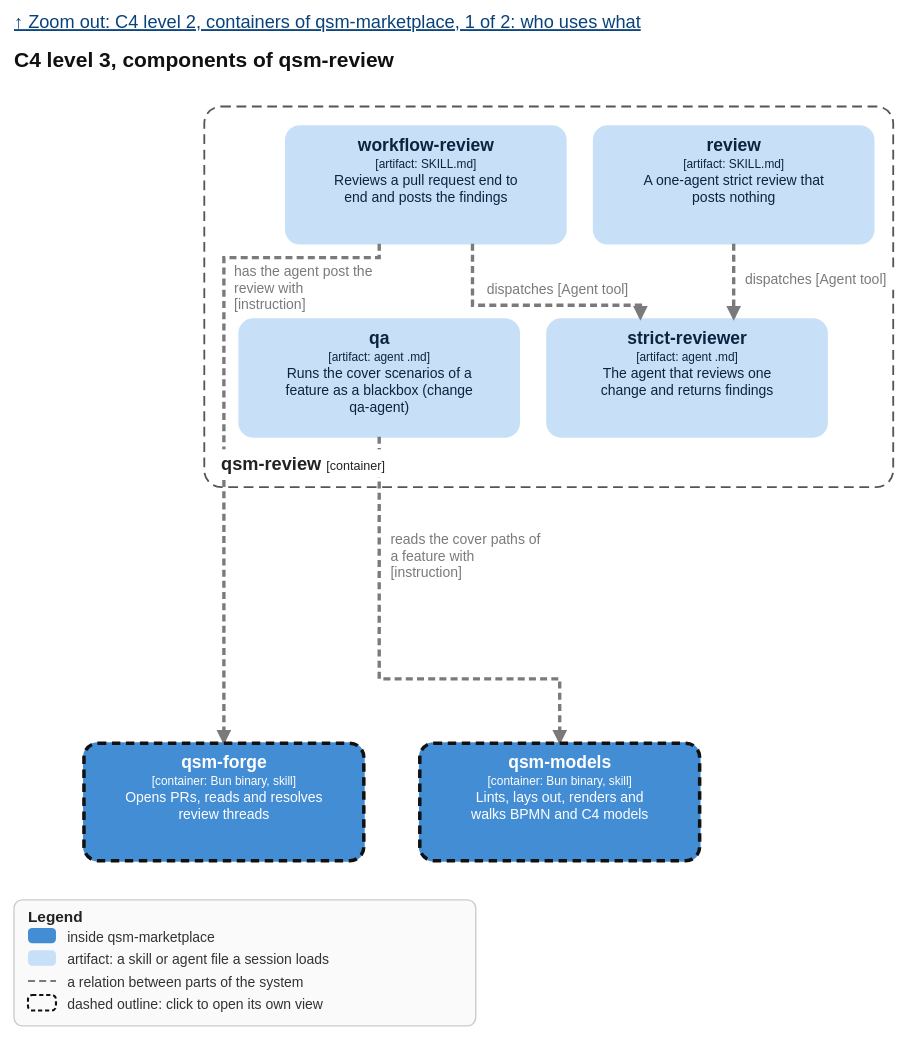
qsmark-labs/qsm-marketplace keeps this draw.io diagram as models/marketplace.components-review.drawio.svg. Above is the earlier version. Source tidied: cells renumbered, new cells last; positions are measured from the earlier drawing's top-left corner, leaving out a move shared by most shapes. Its diagram source:
```xml
<mxGraphModel>
  <root>
    <mxCell id="0" />
    <mxCell id="1" parent="0" />
    <object id="2" label="&lt;b&gt;%c4Name%&lt;/b&gt;&lt;div&gt;[%c4Application%]&lt;/div&gt;" c4Application="Container" c4Id="mp.review" c4Name="qsm-review" c4Type="ContainerScopeBoundary" placeholders="1">
      <mxCell style="rounded=1;fontSize=11;whiteSpace=wrap;html=1;dashed=1;arcSize=4;fillColor=none;strokeColor=#555555;fontColor=#222222;align=left;verticalAlign=bottom;spacing=10;dashPattern=8 4;" parent="1" vertex="1">
        <mxGeometry x="86" width="492.3" height="272" as="geometry" />
      </mxCell>
    </object>
    <object id="3" label="&lt;b&gt;%c4Name%&lt;/b&gt;&lt;div&gt;[%c4Type%%c4TechnologySep%%c4Technology%]&lt;/div&gt;&lt;div style=&quot;font-size:11px&quot;&gt;%c4Description%&lt;/div&gt;" c4Description="A one-agent strict review that posts nothing" c4Id="mp.review.reviewskill" c4Name="review" c4Path="plugins/qsm-review/skills/review" c4Tags="artifact" c4Technology="SKILL.md" c4TechnologySep=": " c4Type="Component" placeholders="1">
      <mxCell style="rounded=1;whiteSpace=wrap;html=1;arcSize=10;fillColor=#c7e0f8;strokeColor=#c7e0f8;fontColor=#0b2540;" parent="1" vertex="1">
        <mxGeometry x="364.3" y="14" width="200" height="84" as="geometry" />
      </mxCell>
    </object>
    <object id="4" label="&lt;b&gt;%c4Name%&lt;/b&gt;&lt;div&gt;[%c4Type%%c4TechnologySep%%c4Technology%]&lt;/div&gt;&lt;div style=&quot;font-size:11px&quot;&gt;%c4Description%&lt;/div&gt;" c4Description="Reviews a pull request end to end and posts the findings" c4Id="mp.review.workflow" c4Name="workflow-review" c4Path="plugins/qsm-review/skills/workflow-review" c4Tags="artifact" c4Technology="SKILL.md" c4TechnologySep=": " c4Type="Component" placeholders="1">
      <mxCell style="rounded=1;whiteSpace=wrap;html=1;arcSize=10;fillColor=#c7e0f8;strokeColor=#c7e0f8;fontColor=#0b2540;" parent="1" vertex="1">
        <mxGeometry x="144.3" y="14" width="200" height="84" as="geometry" />
      </mxCell>
    </object>
    <object id="5" label="&lt;b&gt;%c4Name%&lt;/b&gt;&lt;div&gt;[%c4Type%%c4TechnologySep%%c4Technology%]&lt;/div&gt;&lt;div style=&quot;font-size:11px&quot;&gt;%c4Description%&lt;/div&gt;" c4Description="The agent that reviews one change and returns findings" c4Id="mp.review.strict" c4Name="strict-reviewer" c4Path="plugins/qsm-review/agents/strict-reviewer.md" c4Tags="artifact" c4Technology="agent .md" c4TechnologySep=": " c4Type="Component" placeholders="1">
      <mxCell style="rounded=1;whiteSpace=wrap;html=1;arcSize=10;fillColor=#c7e0f8;strokeColor=#c7e0f8;fontColor=#0b2540;" parent="1" vertex="1">
        <mxGeometry x="331" y="152" width="200" height="84" as="geometry" />
      </mxCell>
    </object>
    <object id="6" label="&lt;b&gt;%c4Name%&lt;/b&gt;&lt;div&gt;[%c4Type%%c4TechnologySep%%c4Technology%]&lt;/div&gt;&lt;div style=&quot;font-size:11px&quot;&gt;%c4Description%&lt;/div&gt;" c4Description="Runs the cover scenarios of a feature as a blackbox (change qa-agent)" c4Id="mp.review.qaagent" c4Name="qa" c4Path="plugins/qsm-review/agents/qa.md" c4Tags="artifact" c4Technology="agent .md" c4TechnologySep=": " c4Type="Component" placeholders="1">
      <mxCell style="rounded=1;whiteSpace=wrap;html=1;arcSize=10;fillColor=#c7e0f8;strokeColor=#c7e0f8;fontColor=#0b2540;" parent="1" vertex="1">
        <mxGeometry x="111" y="152" width="200" height="84" as="geometry" />
      </mxCell>
    </object>
    <object id="7" label="&lt;b&gt;%c4Name%&lt;/b&gt;&lt;div&gt;[%c4Type%%c4TechnologySep%%c4Technology%]&lt;/div&gt;&lt;div style=&quot;font-size:11px&quot;&gt;%c4Description%&lt;/div&gt;" c4Description="Opens PRs, reads and resolves review threads" c4Group="Features" c4Id="mp.forge" c4Name="qsm-forge" c4Path="plugins/qsm-forge" c4Tags="" c4Technology="Bun binary, skill" c4TechnologySep=": " c4Type="Container" placeholders="1">
      <mxCell style="rounded=1;whiteSpace=wrap;html=1;arcSize=10;fillColor=#438dd5;strokeColor=#438dd5;fontColor=#ffffff;" parent="1" vertex="1">
        <mxGeometry y="455" width="200" height="84" as="geometry" />
      </mxCell>
    </object>
    <object id="8" label="&lt;b&gt;%c4Name%&lt;/b&gt;&lt;div&gt;[%c4Type%%c4TechnologySep%%c4Technology%]&lt;/div&gt;&lt;div style=&quot;font-size:11px&quot;&gt;%c4Description%&lt;/div&gt;" c4Description="Lints, lays out, renders and walks BPMN and C4 models" c4Group="Features" c4Id="mp.models" c4Name="qsm-models" c4Path="plugins/qsm-models" c4Tags="" c4Technology="Bun binary, skill" c4TechnologySep=": " c4Type="Container" placeholders="1">
      <mxCell style="rounded=1;whiteSpace=wrap;html=1;arcSize=10;fillColor=#438dd5;strokeColor=#438dd5;fontColor=#ffffff;" parent="1" vertex="1">
        <mxGeometry x="240" y="455" width="200" height="84" as="geometry" />
      </mxCell>
    </object>
    <object id="9" label="%c4Description%" c4Description="has the agent post the review with [instruction]" c4Type="Relationship" placeholders="1">
      <mxCell style="edgeStyle=orthogonalEdgeStyle;rounded=1;endArrow=blockThin;endFill=1;html=1;fontSize=10;strokeColor=#7a7a7a;fontColor=#7a7a7a;strokeWidth=2.4;dashed=1;" parent="1" edge="1" source="4" target="7">
        <mxGeometry relative="1" as="geometry">
          <Array as="points">
            <mxPoint x="211" y="108" />
            <mxPoint x="100" y="108" />
          </Array>
        </mxGeometry>
      </mxCell>
    </object>
    <object id="10" label="%c4Description%" c4Description="reads the cover paths of a feature with [instruction]" c4Type="Relationship" placeholders="1">
      <mxCell style="edgeStyle=orthogonalEdgeStyle;rounded=1;endArrow=blockThin;endFill=1;html=1;fontSize=10;strokeColor=#7a7a7a;fontColor=#7a7a7a;strokeWidth=2.4;dashed=1;" parent="1" edge="1" source="6" target="8">
        <mxGeometry relative="1" as="geometry">
          <Array as="points">
            <mxPoint x="211" y="409" />
            <mxPoint x="340" y="409" />
          </Array>
        </mxGeometry>
      </mxCell>
    </object>
    <object id="11" label="%c4Description%" c4Description="dispatches [Agent tool]" c4Type="Relationship" placeholders="1">
      <mxCell style="edgeStyle=orthogonalEdgeStyle;rounded=1;endArrow=blockThin;endFill=1;html=1;fontSize=10;strokeColor=#7a7a7a;fontColor=#7a7a7a;strokeWidth=2.4;dashed=1;" parent="1" edge="1" source="4" target="5">
        <mxGeometry relative="1" as="geometry">
          <Array as="points">
            <mxPoint x="277.7" y="142" />
            <mxPoint x="397.7" y="142" />
          </Array>
        </mxGeometry>
      </mxCell>
    </object>
    <object id="12" label="%c4Description%" c4Description="dispatches [Agent tool]" c4Type="Relationship" placeholders="1">
      <mxCell style="edgeStyle=orthogonalEdgeStyle;rounded=1;endArrow=blockThin;endFill=1;html=1;fontSize=10;strokeColor=#7a7a7a;fontColor=#7a7a7a;strokeWidth=2.4;dashed=1;" parent="1" edge="1" source="3" target="5">
        <mxGeometry relative="1" as="geometry" />
      </mxCell>
    </object>
  </root>
</mxGraphModel>
```
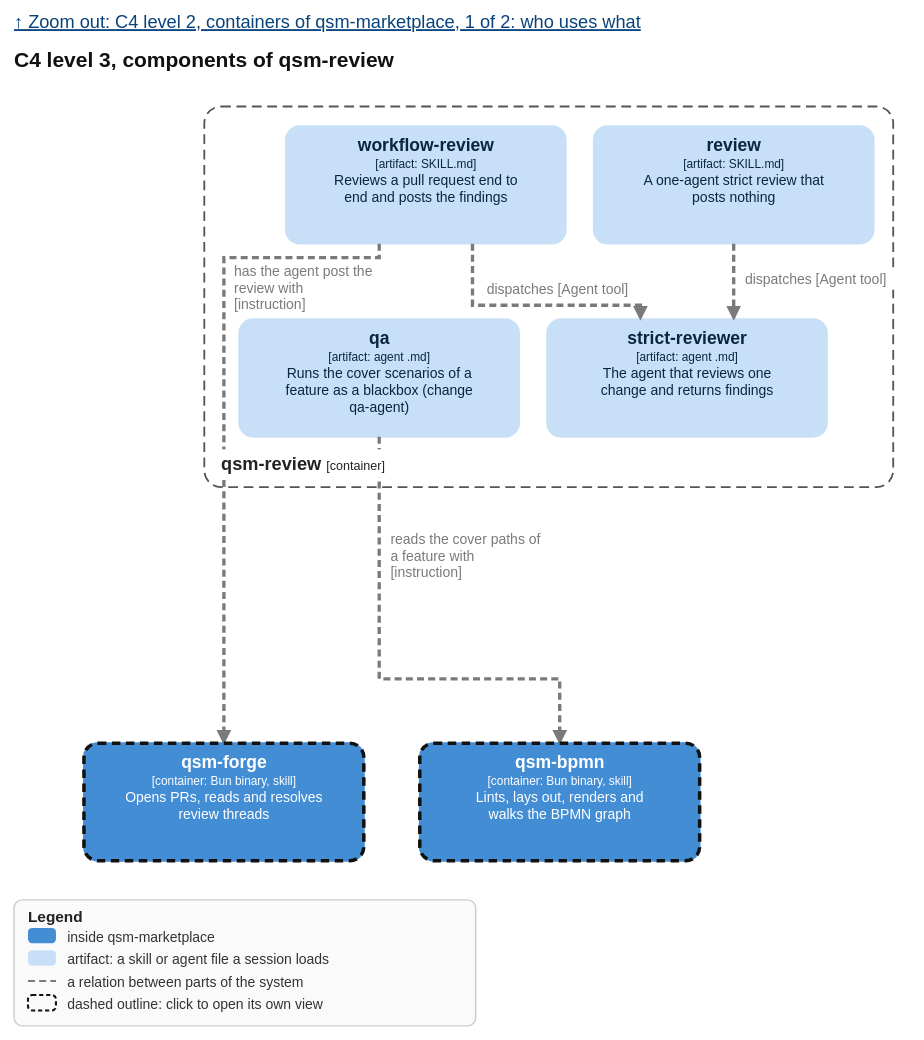
After the commit.

Change to the diagram source:
```diff
@@ -32,7 +32,7 @@
         <mxGeometry y="455" width="200" height="84" as="geometry" />
       </mxCell>
     </object>
-    <object id="8" label="&lt;b&gt;%c4Name%&lt;/b&gt;&lt;div&gt;[%c4Type%%c4TechnologySep%%c4Technology%]&lt;/div&gt;&lt;div style=&quot;font-size:11px&quot;&gt;%c4Description%&lt;/div&gt;" c4Description="Lints, lays out, renders and walks BPMN and C4 models" c4Group="Features" c4Id="mp.models" c4Name="qsm-models" c4Path="plugins/qsm-models" c4Tags="" c4Technology="Bun binary, skill" c4TechnologySep=": " c4Type="Container" placeholders="1">
+    <object id="8" label="&lt;b&gt;%c4Name%&lt;/b&gt;&lt;div&gt;[%c4Type%%c4TechnologySep%%c4Technology%]&lt;/div&gt;&lt;div style=&quot;font-size:11px&quot;&gt;%c4Description%&lt;/div&gt;" c4Description="Lints, lays out, renders and walks the BPMN graph" c4Group="Features" c4Id="mp.bpmn" c4Name="qsm-bpmn" c4Path="plugins/qsm-bpmn" c4Tags="" c4Technology="Bun binary, skill" c4TechnologySep=": " c4Type="Container" placeholders="1">
       <mxCell style="rounded=1;whiteSpace=wrap;html=1;arcSize=10;fillColor=#438dd5;strokeColor=#438dd5;fontColor=#ffffff;" parent="1" vertex="1">
         <mxGeometry x="240" y="455" width="200" height="84" as="geometry" />
       </mxCell>
```
